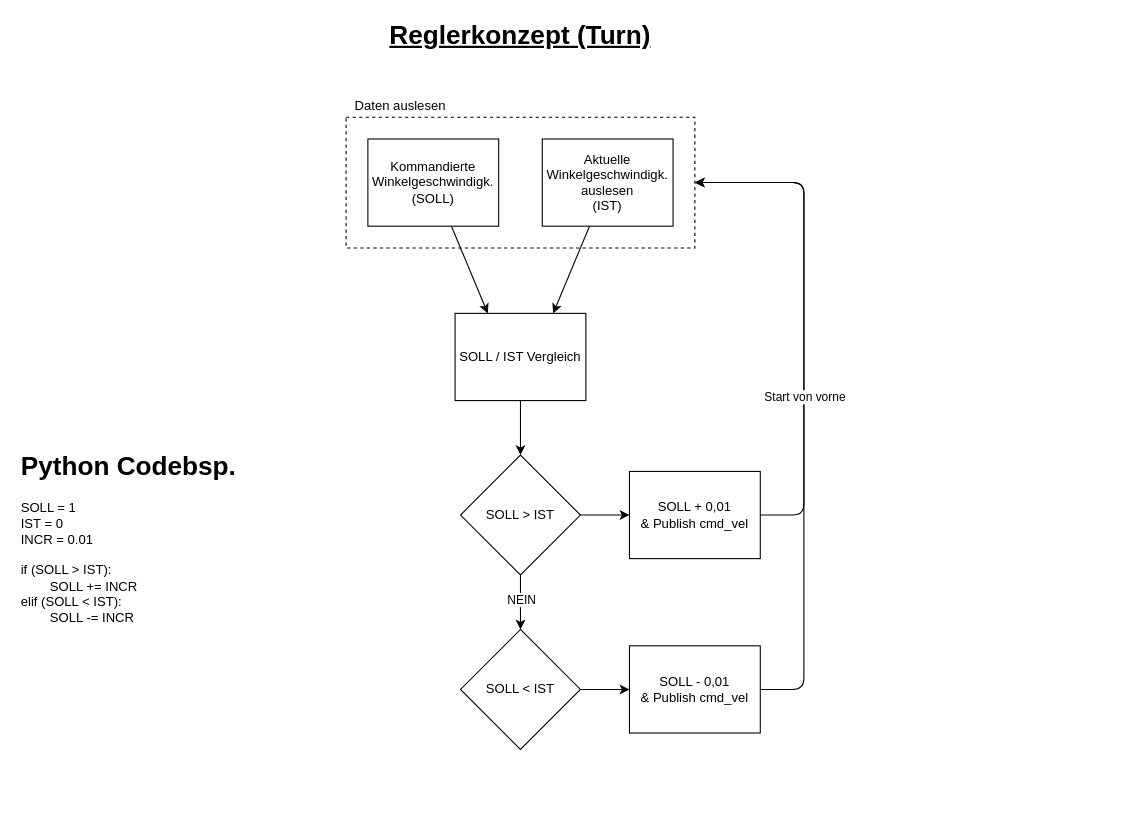
yaba-source/canalchecker keeps this draw.io diagram as page "Turn" (2 of 3) of Doku/Regler/reglerkonzept.drawio. Above is the earlier version. Source tidied: cells renumbered, new cells numbered last; positions are measured from the earlier drawing's top-left corner, leaving out a move shared by most shapes. Both pictures are drawn from the tidied source at 109%, with x=0, y=0 at pixel (19, 19).
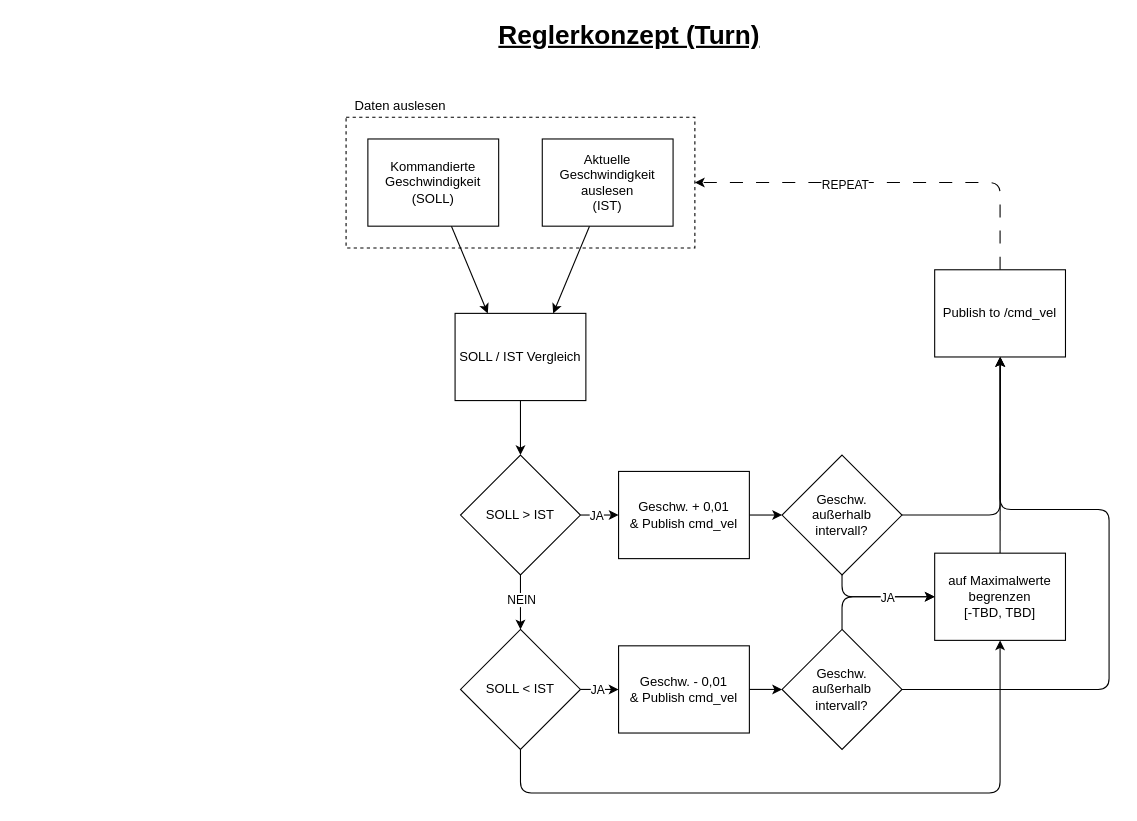
Above is the later version.

The change refers to these unchanged cells:
```xml
<mxCell id="7" value="SOLL / IST Vergleich" style="rounded=0;whiteSpace=wrap;html=1;" parent="1" vertex="1">
  <mxGeometry x="400" y="270" width="120" height="80" as="geometry" />
</mxCell>
<mxCell id="11" value="SOLL &amp;gt; IST" style="rhombus;whiteSpace=wrap;html=1;" parent="1" vertex="1">
  <mxGeometry x="405" y="400" width="110" height="110" as="geometry" />
</mxCell>
<mxCell id="13" value="SOLL &amp;lt; IST" style="rhombus;whiteSpace=wrap;html=1;" parent="1" vertex="1">
  <mxGeometry x="405" y="560" width="110" height="110" as="geometry" />
</mxCell>
```

The edit, as a diff of the source:
```diff
@@
-    <mxCell id="2" style="rounded=0;whiteSpace=wrap;html=1;fillColor=none;dashed=1;" parent="1" vertex="1">
-      <mxGeometry x="300" y="90" width="320" height="120" as="geometry" />
-    </mxCell>
     <mxCell id="3" value="&lt;font style=&quot;font-size: 24px;&quot;&gt;&lt;b style=&quot;&quot;&gt;&lt;u style=&quot;&quot;&gt;Reglerkonzept (Turn)&lt;/u&gt;&lt;/b&gt;&lt;/font&gt;" style="text;html=1;align=center;verticalAlign=middle;whiteSpace=wrap;rounded=0;" parent="1" vertex="1">
-      <mxGeometry x="280" width="360" height="30" as="geometry" />
+      <mxGeometry x="380" width="360" height="30" as="geometry" />
     </mxCell>
-    <mxCell id="4" style="edgeStyle=none;html=1;entryX=0.75;entryY=0;entryDx=0;entryDy=0;" parent="1" edge="1" source="5" target="7">
-      <mxGeometry relative="1" as="geometry" />
-    </mxCell>
-    <mxCell id="5" value="Aktuelle Winkelgeschwindigk. auslesen&lt;div&gt;(IST)&lt;/div&gt;" style="rounded=0;whiteSpace=wrap;html=1;" parent="1" vertex="1">
-      <mxGeometry x="480" y="110" width="120" height="80" as="geometry" />
-    </mxCell>
+    <mxCell id="23" style="rounded=0;whiteSpace=wrap;html=1;fillColor=none;dashed=1;" parent="1" vertex="1">
+      <mxGeometry x="300" y="90" width="320" height="120" as="geometry" />
+    </mxCell>
+    <mxCell id="24" style="edgeStyle=none;html=1;entryX=0.75;entryY=0;entryDx=0;entryDy=0;" parent="1" edge="1" source="25" target="7">
+      <mxGeometry relative="1" as="geometry" />
+    </mxCell>
+    <mxCell id="25" value="Aktuelle Geschwindigkeit auslesen&lt;div&gt;(IST)&lt;/div&gt;" style="rounded=0;whiteSpace=wrap;html=1;" parent="1" vertex="1">
+      <mxGeometry x="480" y="110" width="120" height="80" as="geometry" />
+    </mxCell>
@@
-    <mxCell id="8" style="edgeStyle=none;html=1;entryX=0.25;entryY=0;entryDx=0;entryDy=0;" parent="1" edge="1" source="9" target="7">
-      <mxGeometry relative="1" as="geometry" />
-    </mxCell>
-    <mxCell id="9" value="Kommandierte Winkelgeschwindigk.&lt;div&gt;&lt;div&gt;(SOLL)&lt;/div&gt;&lt;/div&gt;" style="rounded=0;whiteSpace=wrap;html=1;" parent="1" vertex="1">
-      <mxGeometry x="320" y="110" width="120" height="80" as="geometry" />
-    </mxCell>
-    <mxCell id="10" style="edgeStyle=none;html=1;exitX=1;exitY=0.5;exitDx=0;exitDy=0;entryX=0;entryY=0.5;entryDx=0;entryDy=0;" parent="1" edge="1" source="11" target="18">
-      <mxGeometry relative="1" as="geometry" />
-    </mxCell>
+    <mxCell id="26" style="edgeStyle=none;html=1;entryX=0.25;entryY=0;entryDx=0;entryDy=0;" parent="1" edge="1" source="27" target="7">
+      <mxGeometry relative="1" as="geometry" />
+    </mxCell>
+    <mxCell id="27" value="Kommandierte Geschwindigkeit&lt;div&gt;(SOLL)&lt;/div&gt;" style="rounded=0;whiteSpace=wrap;html=1;" parent="1" vertex="1">
+      <mxGeometry x="320" y="110" width="120" height="80" as="geometry" />
+    </mxCell>
+    <mxCell id="28" style="edgeStyle=none;html=1;exitX=1;exitY=0.5;exitDx=0;exitDy=0;entryX=0;entryY=0.5;entryDx=0;entryDy=0;" parent="1" edge="1" source="11" target="34">
+      <mxGeometry relative="1" as="geometry" />
+    </mxCell>
+    <mxCell id="29" value="JA" style="edgeLabel;html=1;align=center;verticalAlign=middle;" parent="28" vertex="1">
+      <mxGeometry x="-0.06" y="-2" relative="1" as="geometry">
+        <mxPoint x="-2" y="-2" as="offset" />
+      </mxGeometry>
+    </mxCell>
@@
-    <mxCell id="12" style="edgeStyle=none;html=1;exitX=1;exitY=0.5;exitDx=0;exitDy=0;entryX=0;entryY=0.5;entryDx=0;entryDy=0;" parent="1" edge="1" source="13" target="21">
-      <mxGeometry relative="1" as="geometry" />
-    </mxCell>
+    <mxCell id="30" style="edgeStyle=none;html=1;exitX=1;exitY=0.5;exitDx=0;exitDy=0;entryX=0;entryY=0.5;entryDx=0;entryDy=0;" parent="1" edge="1" source="13" target="36">
+      <mxGeometry relative="1" as="geometry" />
+    </mxCell>
+    <mxCell id="31" value="JA" style="edgeLabel;html=1;align=center;verticalAlign=middle;" parent="30" vertex="1">
+      <mxGeometry x="-0.49" y="-3" relative="1" as="geometry">
+        <mxPoint x="6" y="-3" as="offset" />
+      </mxGeometry>
+    </mxCell>
+    <mxCell id="32" style="edgeStyle=none;html=1;exitX=0.5;exitY=1;exitDx=0;exitDy=0;entryX=0.5;entryY=1;entryDx=0;entryDy=0;" parent="1" edge="1" source="13" target="48">
+      <mxGeometry relative="1" as="geometry">
+        <Array as="points">
+          <mxPoint x="460" y="710" />
+          <mxPoint x="900" y="710" />
+        </Array>
+      </mxGeometry>
+    </mxCell>
@@
-    <mxCell id="17" style="edgeStyle=none;html=1;entryX=1;entryY=0.5;entryDx=0;entryDy=0;exitX=1;exitY=0.5;exitDx=0;exitDy=0;" parent="1" edge="1" source="18" target="2">
-      <mxGeometry relative="1" as="geometry">
-        <Array as="points">
-          <mxPoint x="720" y="455" />
-          <mxPoint x="720" y="150" />
-        </Array>
-      </mxGeometry>
-    </mxCell>
-    <mxCell id="18" value="SOLL + 0,01&lt;div&gt;&amp;amp; Publish cmd_vel&lt;/div&gt;" style="rounded=0;whiteSpace=wrap;html=1;" parent="1" vertex="1">
-      <mxGeometry x="560" y="415" width="120" height="80" as="geometry" />
-    </mxCell>
-    <mxCell id="19" style="edgeStyle=none;html=1;exitX=1;exitY=0.5;exitDx=0;exitDy=0;entryX=1;entryY=0.5;entryDx=0;entryDy=0;" parent="1" edge="1" source="21" target="2">
-      <mxGeometry relative="1" as="geometry">
-        <Array as="points">
-          <mxPoint x="720" y="615" />
-          <mxPoint x="720" y="150" />
-        </Array>
-      </mxGeometry>
-    </mxCell>
-    <mxCell id="20" value="Start von vorne" style="edgeLabel;html=1;align=center;verticalAlign=middle;" parent="19" vertex="1">
-      <mxGeometry x="0.02" relative="1" as="geometry" />
-    </mxCell>
-    <mxCell id="21" value="SOLL - 0,01&lt;div&gt;&amp;amp; Publish cmd_vel&lt;/div&gt;" style="rounded=0;whiteSpace=wrap;html=1;" parent="1" vertex="1">
-      <mxGeometry x="560" y="575" width="120" height="80" as="geometry" />
-    </mxCell>
-    <mxCell id="22" value="&lt;h1 style=&quot;margin-top: 0px;&quot;&gt;Python Codebsp.&lt;/h1&gt;&lt;p&gt;SOLL = 1&lt;br&gt;IST = 0&lt;br&gt;INCR = 0.01&lt;br&gt;&lt;br&gt;if (SOLL &amp;gt; IST):&lt;br&gt;&lt;span style=&quot;white-space: pre;&quot;&gt;&#9;&lt;/span&gt;SOLL += INCR&lt;br&gt;elif (SOLL &amp;lt; IST):&lt;br&gt;&lt;span style=&quot;white-space: pre;&quot;&gt;&#9;&lt;/span&gt;SOLL -= INCR&lt;br&gt;&lt;/p&gt;" style="text;html=1;whiteSpace=wrap;overflow=hidden;rounded=0;" parent="1" vertex="1">
-      <mxGeometry y="390" width="200" height="180" as="geometry" />
-    </mxCell>
+    <mxCell id="33" style="edgeStyle=none;html=1;exitX=1;exitY=0.5;exitDx=0;exitDy=0;entryX=0;entryY=0.5;entryDx=0;entryDy=0;" parent="1" edge="1" source="34" target="39">
+      <mxGeometry relative="1" as="geometry" />
+    </mxCell>
+    <mxCell id="34" value="Geschw. + 0,01&lt;div&gt;&amp;amp; Publish cmd_vel&lt;/div&gt;" style="rounded=0;whiteSpace=wrap;html=1;" parent="1" vertex="1">
+      <mxGeometry x="550" y="415" width="120" height="80" as="geometry" />
+    </mxCell>
+    <mxCell id="35" style="edgeStyle=none;html=1;exitX=1;exitY=0.5;exitDx=0;exitDy=0;entryX=0;entryY=0.5;entryDx=0;entryDy=0;" parent="1" edge="1" source="36" target="43">
+      <mxGeometry relative="1" as="geometry" />
+    </mxCell>
+    <mxCell id="36" value="Geschw. - 0,01&lt;div&gt;&amp;amp; Publish cmd_vel&lt;/div&gt;" style="rounded=0;whiteSpace=wrap;html=1;" parent="1" vertex="1">
+      <mxGeometry x="550" y="575" width="120" height="80" as="geometry" />
+    </mxCell>
+    <mxCell id="37" style="edgeStyle=none;html=1;exitX=0.5;exitY=1;exitDx=0;exitDy=0;entryX=0;entryY=0.5;entryDx=0;entryDy=0;" parent="1" edge="1" source="39" target="48">
+      <mxGeometry relative="1" as="geometry">
+        <Array as="points">
+          <mxPoint x="755" y="530" />
+        </Array>
+      </mxGeometry>
+    </mxCell>
+    <mxCell id="38" style="edgeStyle=none;html=1;exitX=1;exitY=0.5;exitDx=0;exitDy=0;" parent="1" edge="1" source="39">
+      <mxGeometry relative="1" as="geometry">
+        <mxPoint x="900" y="310" as="targetPoint" />
+        <Array as="points">
+          <mxPoint x="900" y="455" />
+        </Array>
+      </mxGeometry>
+    </mxCell>
+    <mxCell id="39" value="Geschw.&lt;br&gt;außerhalb&lt;br&gt;intervall?" style="rhombus;whiteSpace=wrap;html=1;" parent="1" vertex="1">
+      <mxGeometry x="700" y="400" width="110" height="110" as="geometry" />
+    </mxCell>
+    <mxCell id="40" style="edgeStyle=none;html=1;exitX=0.5;exitY=0;exitDx=0;exitDy=0;entryX=0;entryY=0.5;entryDx=0;entryDy=0;" parent="1" edge="1" source="43" target="48">
+      <mxGeometry relative="1" as="geometry">
+        <Array as="points">
+          <mxPoint x="755" y="530" />
+        </Array>
+      </mxGeometry>
+    </mxCell>
+    <mxCell id="41" value="JA" style="edgeLabel;html=1;align=center;verticalAlign=middle;" parent="40" vertex="1">
+      <mxGeometry x="0.24" relative="1" as="geometry" />
+    </mxCell>
+    <mxCell id="42" style="edgeStyle=none;html=1;exitX=1;exitY=0.5;exitDx=0;exitDy=0;" parent="1" edge="1" source="43">
+      <mxGeometry relative="1" as="geometry">
+        <mxPoint x="900" y="310" as="targetPoint" />
+        <Array as="points">
+          <mxPoint x="1000" y="615" />
+          <mxPoint x="1000" y="450" />
+          <mxPoint x="900" y="450" />
+        </Array>
+      </mxGeometry>
+    </mxCell>
+    <mxCell id="43" value="Geschw.&lt;br&gt;außerhalb&lt;br&gt;intervall?" style="rhombus;whiteSpace=wrap;html=1;" parent="1" vertex="1">
+      <mxGeometry x="700" y="560" width="110" height="110" as="geometry" />
+    </mxCell>
+    <mxCell id="44" style="edgeStyle=none;html=1;exitX=0.5;exitY=0;exitDx=0;exitDy=0;entryX=1;entryY=0.5;entryDx=0;entryDy=0;dashed=1;dashPattern=12 12;" parent="1" edge="1" source="46" target="23">
+      <mxGeometry relative="1" as="geometry">
+        <Array as="points">
+          <mxPoint x="900" y="150" />
+        </Array>
+      </mxGeometry>
+    </mxCell>
+    <mxCell id="45" value="REPEAT" style="edgeLabel;html=1;align=center;verticalAlign=middle;" parent="44" vertex="1">
+      <mxGeometry x="0.24" y="1" relative="1" as="geometry" />
+    </mxCell>
+    <mxCell id="46" value="Publish to /cmd_vel" style="rounded=0;whiteSpace=wrap;html=1;" parent="1" vertex="1">
+      <mxGeometry x="840" y="230" width="120" height="80" as="geometry" />
+    </mxCell>
+    <mxCell id="47" style="edgeStyle=none;html=1;exitX=0.5;exitY=0;exitDx=0;exitDy=0;" parent="1" edge="1" source="48">
+      <mxGeometry relative="1" as="geometry">
+        <mxPoint x="900.3" y="310" as="targetPoint" />
+      </mxGeometry>
+    </mxCell>
+    <mxCell id="48" value="auf Maximalwerte begrenzen&lt;div&gt;[-TBD, TBD]&lt;/div&gt;" style="rounded=0;whiteSpace=wrap;html=1;" parent="1" vertex="1">
+      <mxGeometry x="840" y="490" width="120" height="80" as="geometry" />
+    </mxCell>
```
